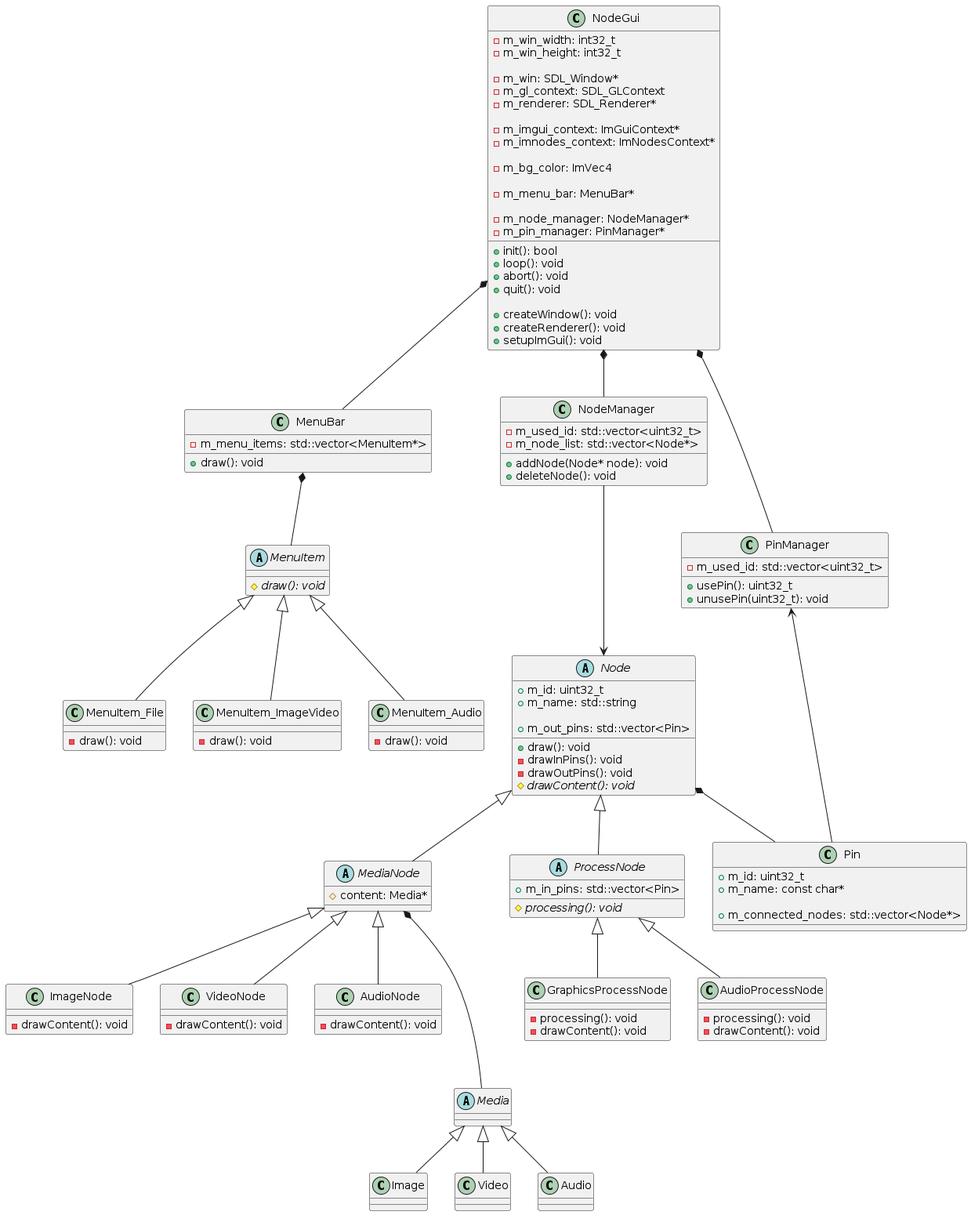
The PlantUML diagram uml/NodeProcessing.png in nkue-yst/NodeProcessV2, before a commit.
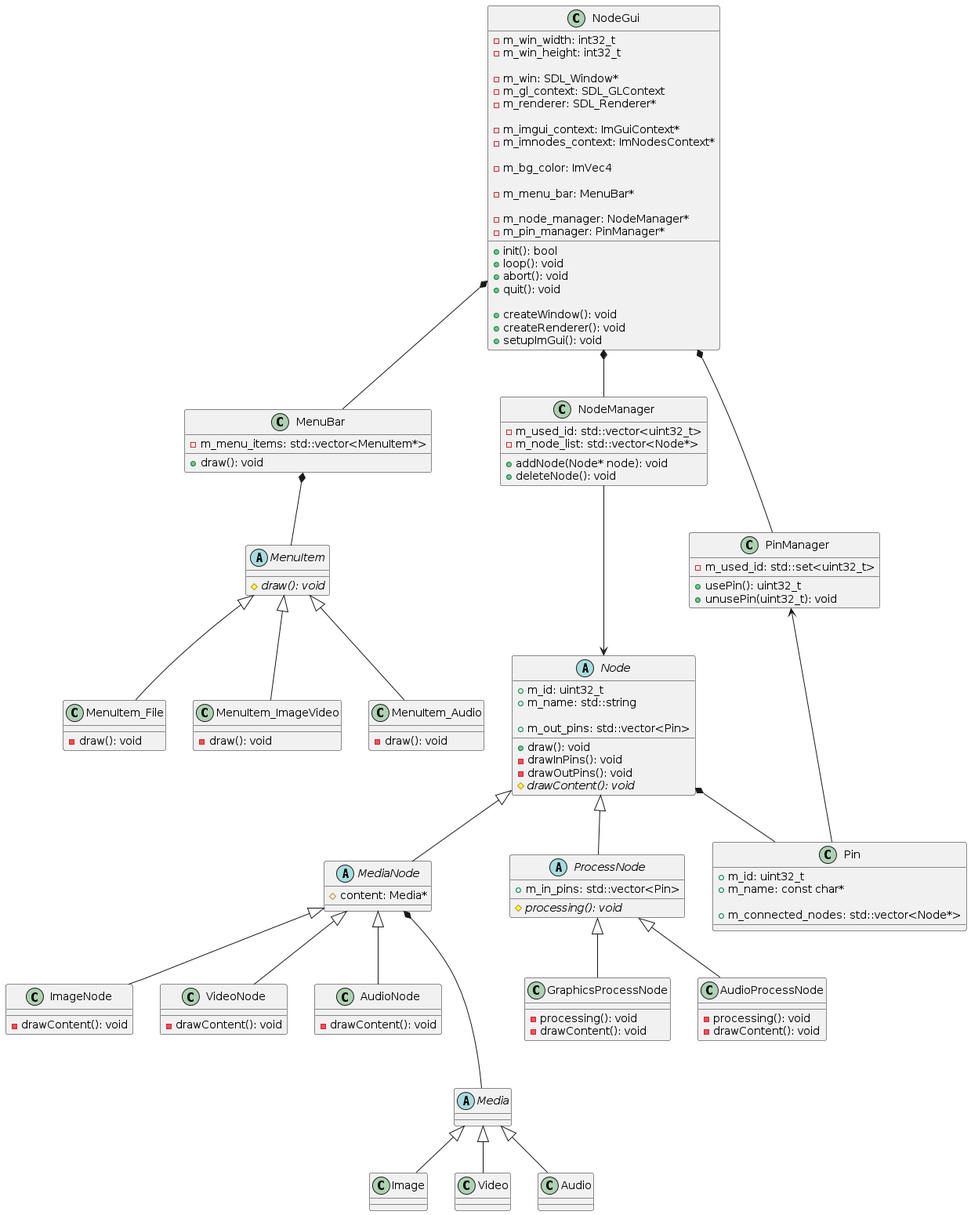
The same diagram one commit later.

The edit, as a diff of the source:
```diff
@@ -106,7 +106,7 @@
     +usePin(): uint32_t
     +unusePin(uint32_t): void
 
-    -m_used_id: std::vector<uint32_t>
+    -m_used_id: std::set<uint32_t>
 }
 
 class Pin {
```
